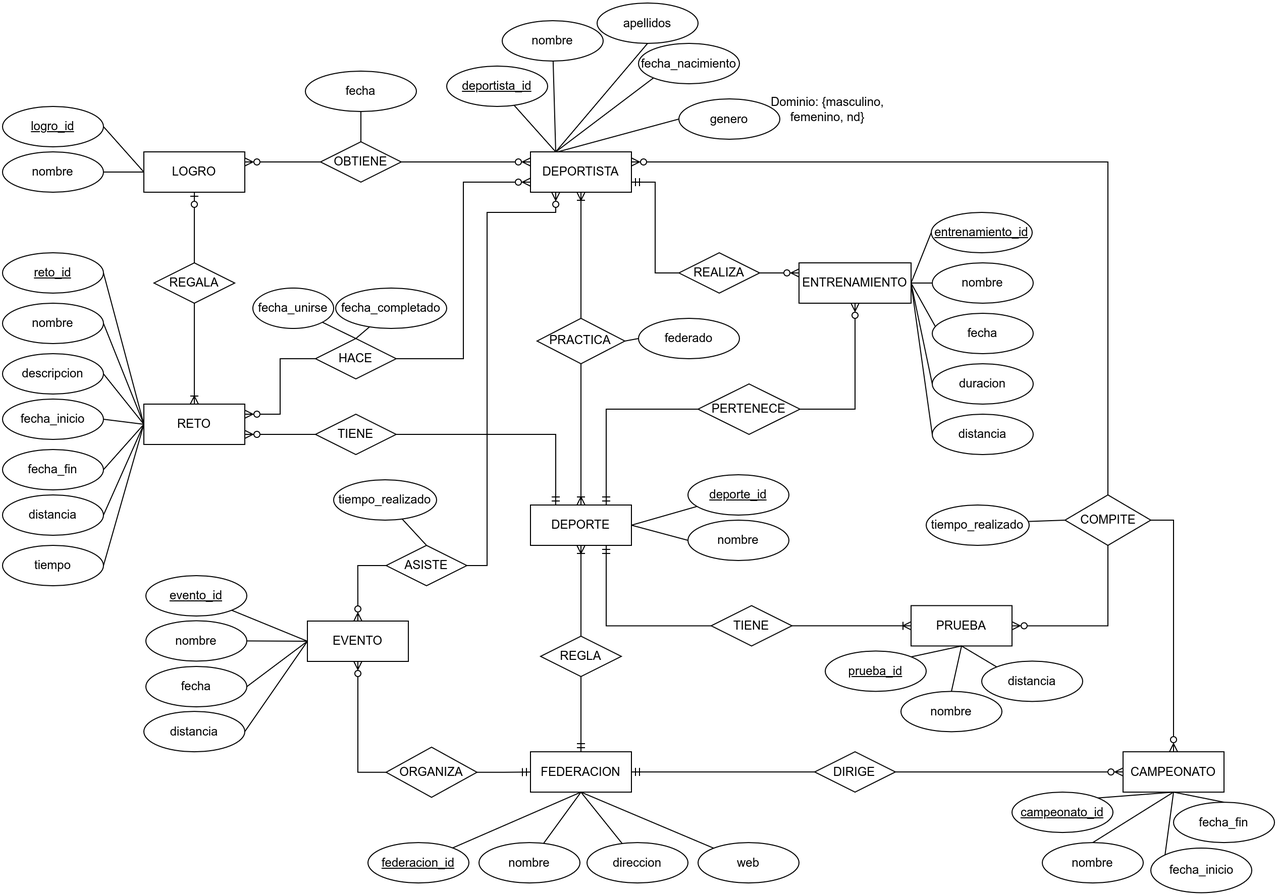
The draw.io diagram 02MASW_04_A_2022-23_Bases de Datos Web/Actividad_1/conceptual.png in yuki/VIU_MASW, before a commit. Source tidied: cells renumbered, new cells last; positions are measured from the earlier drawing's top-left corner, leaving out a move shared by most shapes.
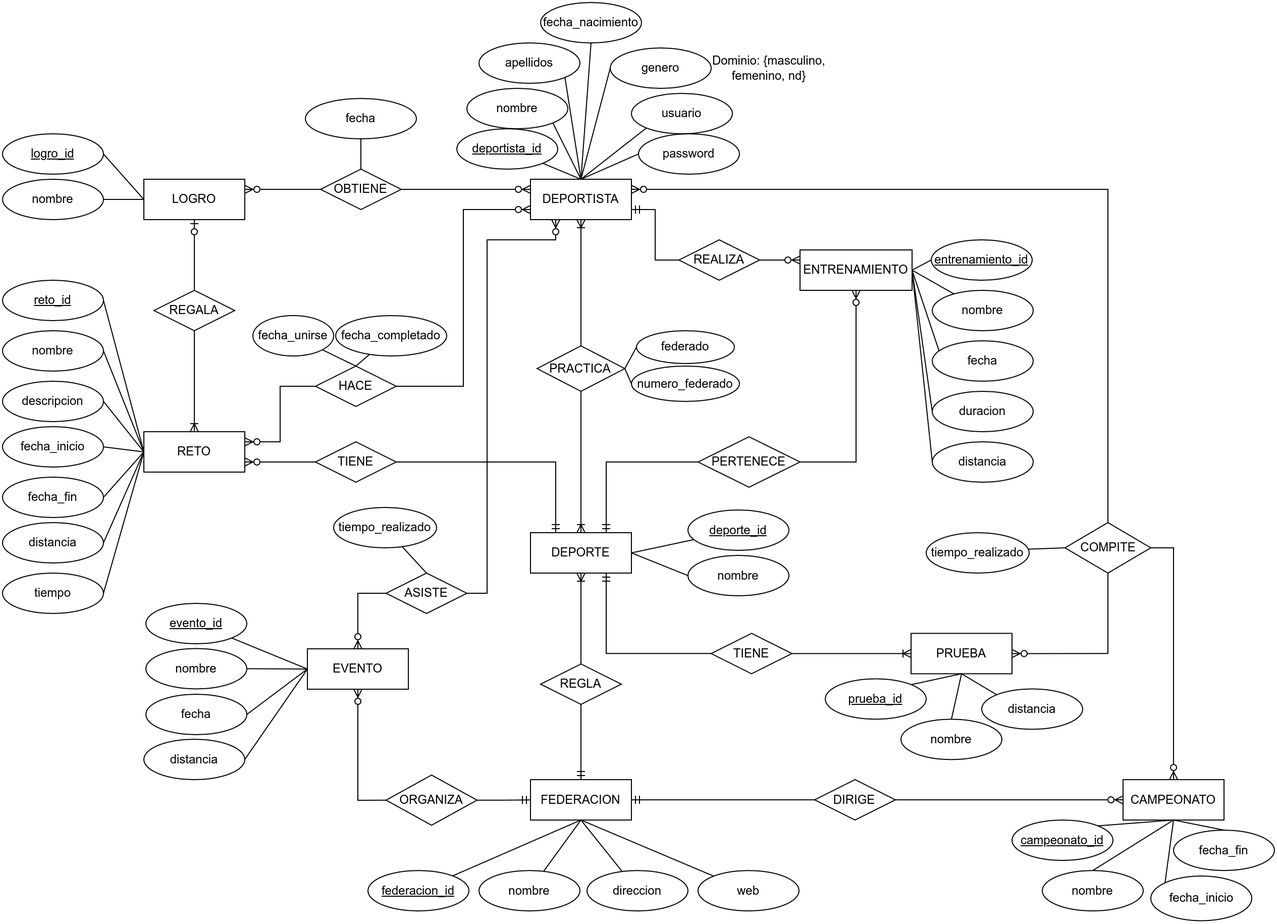
The same diagram one commit later.

The edit, as a diff of the source:
```diff
@@ -6,7 +6,7 @@
       <mxGeometry x="523" y="148" width="100" height="40" as="geometry" />
     </mxCell>
     <mxCell id="3" value="ENTRENAMIENTO" style="whiteSpace=wrap;html=1;align=center;" parent="1" vertex="1">
-      <mxGeometry x="789" y="258" width="111" height="40" as="geometry" />
+      <mxGeometry x="790" y="218" width="111" height="40" as="geometry" />
     </mxCell>
     <mxCell id="4" value="DEPORTE" style="whiteSpace=wrap;html=1;align=center;" parent="1" vertex="1">
       <mxGeometry x="523" y="498" width="100" height="40" as="geometry" />
@@ -23,6 +23,9 @@
     <mxCell id="8" style="edgeStyle=orthogonalEdgeStyle;rounded=0;jettySize=auto;html=1;entryX=0.5;entryY=0;entryDx=0;entryDy=0;startArrow=none;startFill=0;endArrow=ERoneToMany;endFill=0;elbow=vertical;" parent="1" edge="1" source="9" target="4">
       <mxGeometry relative="1" as="geometry" />
     </mxCell>
+    <mxCell id="137" style="edgeStyle=none;rounded=0;jettySize=auto;html=1;exitX=1;exitY=0.5;exitDx=0;exitDy=0;entryX=0;entryY=0.5;entryDx=0;entryDy=0;endArrow=none;endFill=0;" parent="1" edge="1" source="9" target="142">
+      <mxGeometry relative="1" as="geometry" />
+    </mxCell>
     <mxCell id="9" value="PRACTICA" style="shape=rhombus;perimeter=rhombusPerimeter;whiteSpace=wrap;html=1;align=center;" parent="1" vertex="1">
       <mxGeometry x="529.5" y="313" width="87" height="45" as="geometry" />
     </mxCell>
@@ -33,7 +36,7 @@
       <mxGeometry relative="1" as="geometry" />
     </mxCell>
     <mxCell id="12" value="REALIZA" style="shape=rhombus;perimeter=rhombusPerimeter;whiteSpace=wrap;html=1;align=center;" parent="1" vertex="1">
-      <mxGeometry x="670" y="248" width="80" height="40" as="geometry" />
+      <mxGeometry x="670" y="208" width="80" height="40" as="geometry" />
     </mxCell>
     <mxCell id="13" style="edgeStyle=none;rounded=0;jettySize=auto;html=1;startArrow=ERoneToMany;startFill=0;endArrow=none;endFill=0;elbow=vertical;" parent="1" edge="1" source="14" target="79">
       <mxGeometry relative="1" as="geometry" />
@@ -44,11 +47,11 @@
     <mxCell id="15" value="LOGRO" style="whiteSpace=wrap;html=1;align=center;" parent="1" vertex="1">
       <mxGeometry x="140" y="148" width="100" height="40" as="geometry" />
     </mxCell>
-    <mxCell id="16" style="rounded=0;jettySize=auto;html=1;entryX=0.25;entryY=0;entryDx=0;entryDy=0;endArrow=none;endFill=0;" parent="1" edge="1" source="17" target="2">
+    <mxCell id="16" style="rounded=0;jettySize=auto;html=1;entryX=0.5;entryY=0;entryDx=0;entryDy=0;endArrow=none;endFill=0;" parent="1" edge="1" source="17" target="2">
       <mxGeometry relative="1" as="geometry" />
     </mxCell>
     <mxCell id="17" value="deportista_id" style="ellipse;whiteSpace=wrap;html=1;align=center;fontStyle=4;" parent="1" vertex="1">
-      <mxGeometry x="440" y="63" width="100" height="40" as="geometry" />
+      <mxGeometry x="450" y="98" width="100" height="40" as="geometry" />
     </mxCell>
     <mxCell id="18" style="rounded=0;jettySize=auto;html=1;entryX=1;entryY=0.5;entryDx=0;entryDy=0;endArrow=none;endFill=0;exitX=0;exitY=0.5;exitDx=0;exitDy=0;" parent="1" edge="1" source="19" target="3">
       <mxGeometry relative="1" as="geometry" />
@@ -78,13 +81,13 @@
       <mxGeometry relative="1" as="geometry" />
     </mxCell>
     <mxCell id="27" value="deporte_id" style="ellipse;whiteSpace=wrap;html=1;align=center;fontStyle=4;" parent="1" vertex="1">
-      <mxGeometry x="679" y="468" width="100" height="40" as="geometry" />
+      <mxGeometry x="679" y="475.5" width="100" height="40" as="geometry" />
     </mxCell>
-    <mxCell id="28" style="edgeStyle=none;rounded=0;jettySize=auto;html=1;entryX=0.25;entryY=0;entryDx=0;entryDy=0;endArrow=none;endFill=0;" parent="1" edge="1" source="29" target="2">
+    <mxCell id="28" style="edgeStyle=none;rounded=0;jettySize=auto;html=1;entryX=0.5;entryY=0;entryDx=0;entryDy=0;endArrow=none;endFill=0;exitX=1;exitY=1;exitDx=0;exitDy=0;" parent="1" edge="1" source="29" target="2">
       <mxGeometry relative="1" as="geometry" />
     </mxCell>
     <mxCell id="29" value="nombre" style="ellipse;whiteSpace=wrap;html=1;align=center;" parent="1" vertex="1">
-      <mxGeometry x="495" y="18" width="100" height="40" as="geometry" />
+      <mxGeometry x="460" y="58" width="100" height="40" as="geometry" />
     </mxCell>
     <mxCell id="30" style="edgeStyle=none;rounded=0;jettySize=auto;html=1;entryX=1;entryY=0.5;entryDx=0;entryDy=0;endArrow=none;endFill=0;" parent="1" edge="1" source="31" target="3">
       <mxGeometry relative="1" as="geometry" />
@@ -96,7 +99,7 @@
       <mxGeometry relative="1" as="geometry" />
     </mxCell>
     <mxCell id="33" value="nombre" style="ellipse;whiteSpace=wrap;html=1;align=center;" parent="1" vertex="1">
-      <mxGeometry x="679" y="513" width="100" height="40" as="geometry" />
+      <mxGeometry x="679" y="520.5" width="100" height="40" as="geometry" />
     </mxCell>
     <mxCell id="34" style="edgeStyle=none;rounded=0;jettySize=auto;html=1;entryX=0;entryY=0.5;entryDx=0;entryDy=0;endArrow=none;endFill=0;exitX=1;exitY=0.5;exitDx=0;exitDy=0;" parent="1" edge="1" source="35" target="14">
       <mxGeometry relative="1" as="geometry" />
@@ -132,13 +135,13 @@
       <mxGeometry relative="1" as="geometry" />
     </mxCell>
     <mxCell id="45" value="federado" style="ellipse;whiteSpace=wrap;html=1;align=center;" parent="1" vertex="1">
-      <mxGeometry x="630" y="313" width="100" height="40" as="geometry" />
+      <mxGeometry x="628" y="298" width="97" height="32.5" as="geometry" />
     </mxCell>
-    <mxCell id="46" style="rounded=0;jettySize=auto;html=1;exitX=0;exitY=1;exitDx=0;exitDy=0;entryX=0.25;entryY=0;entryDx=0;entryDy=0;endArrow=none;endFill=0;elbow=vertical;" parent="1" edge="1" source="47" target="2">
+    <mxCell id="46" style="rounded=0;jettySize=auto;html=1;exitX=0.5;exitY=1;exitDx=0;exitDy=0;entryX=0.5;entryY=0;entryDx=0;entryDy=0;endArrow=none;endFill=0;elbow=vertical;" parent="1" edge="1" source="47" target="2">
       <mxGeometry relative="1" as="geometry" />
     </mxCell>
     <mxCell id="47" value="fecha_nacimiento" style="ellipse;whiteSpace=wrap;html=1;align=center;" parent="1" vertex="1">
-      <mxGeometry x="630" y="40.5" width="100" height="40" as="geometry" />
+      <mxGeometry x="533" y="-27" width="100" height="40" as="geometry" />
     </mxCell>
     <mxCell id="48" style="rounded=0;jettySize=auto;html=1;exitX=0;exitY=0;exitDx=0;exitDy=0;endArrow=none;endFill=0;elbow=vertical;entryX=0.5;entryY=1;entryDx=0;entryDy=0;" parent="1" edge="1" source="49" target="6">
       <mxGeometry relative="1" as="geometry" />
@@ -171,7 +174,7 @@
       <mxGeometry relative="1" as="geometry" />
     </mxCell>
     <mxCell id="58" value="PERTENECE" style="shape=rhombus;perimeter=rhombusPerimeter;whiteSpace=wrap;html=1;align=center;" parent="1" vertex="1">
-      <mxGeometry x="689" y="378" width="101" height="50" as="geometry" />
+      <mxGeometry x="689" y="403" width="101" height="50" as="geometry" />
     </mxCell>
     <mxCell id="59" style="rounded=0;jettySize=auto;html=1;entryX=0;entryY=0.5;entryDx=0;entryDy=0;startArrow=none;startFill=0;endArrow=ERoneToMany;endFill=0;elbow=vertical;exitX=1;exitY=0.5;exitDx=0;exitDy=0;edgeStyle=orthogonalEdgeStyle;" parent="1" edge="1" source="61" target="5">
       <mxGeometry relative="1" as="geometry" />
@@ -337,19 +340,14 @@
     <mxCell id="108" value="fecha_completado" style="ellipse;whiteSpace=wrap;html=1;" parent="1" vertex="1">
       <mxGeometry x="330" y="283" width="110" height="40" as="geometry" />
     </mxCell>
-    <mxCell id="109" style="edgeStyle=none;rounded=0;jettySize=auto;html=1;startArrow=none;startFill=0;endArrow=none;endFill=0;elbow=vertical;" parent="1" edge="1" source="111" target="112">
-      <mxGeometry relative="1" as="geometry" />
-    </mxCell>
-    <mxCell id="110" style="edgeStyle=none;rounded=0;jettySize=auto;html=1;startArrow=none;startFill=0;endArrow=none;endFill=0;elbow=vertical;exitX=0;exitY=0.5;exitDx=0;exitDy=0;" parent="1" edge="1" source="111">
-      <mxGeometry relative="1" as="geometry">
-        <mxPoint x="550" y="148" as="targetPoint" />
-      </mxGeometry>
+    <mxCell id="110" style="edgeStyle=none;rounded=0;jettySize=auto;html=1;startArrow=none;startFill=0;endArrow=none;endFill=0;elbow=vertical;exitX=0;exitY=0.5;exitDx=0;exitDy=0;entryX=0.5;entryY=0;entryDx=0;entryDy=0;" parent="1" edge="1" source="111" target="2">
+      <mxGeometry relative="1" as="geometry" />
     </mxCell>
     <mxCell id="111" value="genero" style="ellipse;whiteSpace=wrap;html=1;align=center;" parent="1" vertex="1">
-      <mxGeometry x="670" y="95.5" width="100" height="40" as="geometry" />
+      <mxGeometry x="602" y="18" width="100" height="40" as="geometry" />
     </mxCell>
     <mxCell id="112" value="Dominio: {masculino, femenino, nd}" style="text;html=1;align=center;verticalAlign=middle;whiteSpace=wrap;rounded=0;" parent="1" vertex="1">
-      <mxGeometry x="760" y="90.5" width="115" height="30" as="geometry" />
+      <mxGeometry x="702" y="23" width="115" height="30" as="geometry" />
     </mxCell>
     <mxCell id="113" value="FEDERACION" style="whiteSpace=wrap;html=1;align=center;" parent="1" vertex="1">
       <mxGeometry x="523" y="742.6" width="100" height="40" as="geometry" />
@@ -405,11 +403,11 @@
     <mxCell id="130" value="web" style="ellipse;whiteSpace=wrap;html=1;align=center;" parent="1" vertex="1">
       <mxGeometry x="689" y="832.6" width="100" height="40" as="geometry" />
     </mxCell>
-    <mxCell id="131" style="rounded=0;jettySize=auto;html=1;exitX=0.5;exitY=1;exitDx=0;exitDy=0;entryX=0.25;entryY=0;entryDx=0;entryDy=0;endArrow=none;endFill=0;" parent="1" edge="1" source="132" target="2">
+    <mxCell id="131" style="rounded=0;jettySize=auto;html=1;exitX=1;exitY=1;exitDx=0;exitDy=0;entryX=0.5;entryY=0;entryDx=0;entryDy=0;endArrow=none;endFill=0;" parent="1" edge="1" source="132" target="2">
       <mxGeometry relative="1" as="geometry" />
     </mxCell>
     <mxCell id="132" value="apellidos" style="ellipse;whiteSpace=wrap;html=1;align=center;" parent="1" vertex="1">
-      <mxGeometry x="589" y="0.5" width="100" height="40" as="geometry" />
+      <mxGeometry x="472" y="13" width="100" height="40" as="geometry" />
     </mxCell>
     <mxCell id="133" style="rounded=0;jettySize=auto;html=1;entryX=0.5;entryY=0;entryDx=0;entryDy=0;endArrow=none;endFill=0;" parent="1" edge="1" source="134" target="100">
       <mxGeometry relative="1" as="geometry" />
@@ -425,5 +423,20 @@
     <mxCell id="136" value="descripcion" style="ellipse;whiteSpace=wrap;html=1;align=center;" parent="1" vertex="1">
       <mxGeometry y="348" width="100" height="40" as="geometry" />
     </mxCell>
+    <mxCell id="138" style="rounded=0;jettySize=auto;html=1;exitX=0;exitY=1;exitDx=0;exitDy=0;entryX=0.5;entryY=0;entryDx=0;entryDy=0;endArrow=none;endFill=0;" parent="1" edge="1" source="139" target="2">
+      <mxGeometry relative="1" as="geometry" />
+    </mxCell>
+    <mxCell id="139" value="usuario" style="ellipse;whiteSpace=wrap;html=1;align=center;" parent="1" vertex="1">
+      <mxGeometry x="623" y="63" width="100" height="40" as="geometry" />
+    </mxCell>
+    <mxCell id="140" style="edgeStyle=none;rounded=0;jettySize=auto;html=1;exitX=0;exitY=0.5;exitDx=0;exitDy=0;entryX=0.5;entryY=0;entryDx=0;entryDy=0;endArrow=none;endFill=0;" parent="1" edge="1" source="141" target="2">
+      <mxGeometry relative="1" as="geometry" />
+    </mxCell>
+    <mxCell id="141" value="password" style="ellipse;whiteSpace=wrap;html=1;align=center;" parent="1" vertex="1">
+      <mxGeometry x="630" y="103" width="100" height="40" as="geometry" />
+    </mxCell>
+    <mxCell id="142" value="numero_federado" style="ellipse;whiteSpace=wrap;html=1;align=center;" parent="1" vertex="1">
+      <mxGeometry x="623" y="333" width="107" height="35" as="geometry" />
+    </mxCell>
   </root>
 </mxGraphModel>
```
